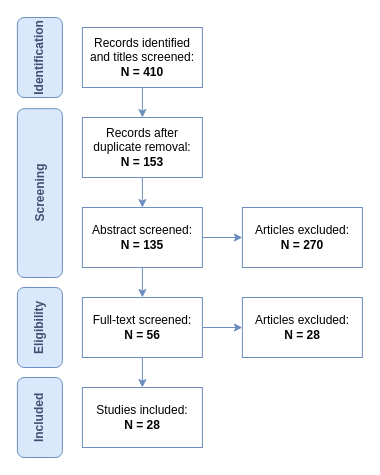
This is page "Page-1" (1 of 4) of Diagrams/PRISMA Flowchart.drawio from HooradAboo/I-CLAIM, a draw.io file, before an edit. Source tidied: cells renumbered, new cells numbered last; positions are measured from the earlier drawing's top-left corner, leaving out a move shared by most shapes. Both pictures are drawn from the tidied source at 100%, with x=0, y=0 at pixel (-45, 27).
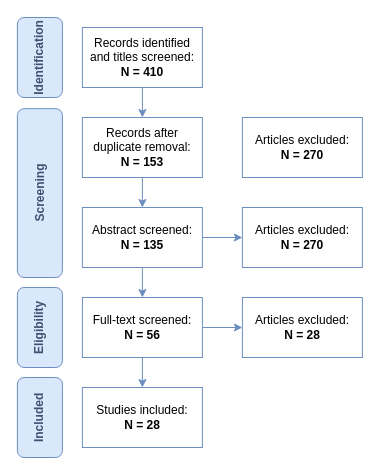
The same page after the edit.

The edit, as a diff of the source:
```diff
@@
 <mxGraphModel>
   <root>
     <mxCell id="0" />
     <mxCell id="1" parent="0" />
     <mxCell id="2" style="edgeStyle=orthogonalEdgeStyle;rounded=0;jettySize=auto;html=1;exitX=0.5;exitY=1;exitDx=0;exitDy=0;entryX=0.5;entryY=0;entryDx=0;entryDy=0;strokeColor=#6C8EBF;" parent="1" edge="1" source="3" target="5">
       <mxGeometry relative="1" as="geometry" />
     </mxCell>
     <mxCell id="3" value="&lt;div&gt;Records identified and titles screened:&lt;/div&gt;&lt;div&gt;&lt;b&gt;N = 410&lt;/b&gt;&lt;/div&gt;" style="rounded=0;whiteSpace=wrap;html=1;strokeColor=#6C8EBF;" parent="1" vertex="1">
       <mxGeometry x="126.9" width="120" height="60" as="geometry" />
     </mxCell>
     <mxCell id="4" style="edgeStyle=orthogonalEdgeStyle;rounded=0;jettySize=auto;html=1;exitX=0.5;exitY=1;exitDx=0;exitDy=0;entryX=0.5;entryY=0;entryDx=0;entryDy=0;strokeColor=#6C8EBF;" parent="1" edge="1" source="5" target="8">
       <mxGeometry relative="1" as="geometry" />
     </mxCell>
     <mxCell id="5" value="&lt;div&gt;Records after duplicate removal:&lt;/div&gt;&lt;div&gt;&lt;b&gt;N = 153&lt;/b&gt;&lt;/div&gt;" style="rounded=0;whiteSpace=wrap;html=1;strokeColor=#6C8EBF;" parent="1" vertex="1">
       <mxGeometry x="126.9" y="90" width="120" height="60" as="geometry" />
     </mxCell>
     <mxCell id="6" style="edgeStyle=orthogonalEdgeStyle;rounded=0;jettySize=auto;html=1;exitX=0.5;exitY=1;exitDx=0;exitDy=0;entryX=0.5;entryY=0;entryDx=0;entryDy=0;strokeColor=#6C8EBF;" parent="1" edge="1" source="8" target="11">
       <mxGeometry relative="1" as="geometry" />
     </mxCell>
     <mxCell id="7" style="edgeStyle=orthogonalEdgeStyle;rounded=0;jettySize=auto;html=1;exitX=1;exitY=0.5;exitDx=0;exitDy=0;entryX=0;entryY=0.5;entryDx=0;entryDy=0;strokeColor=#6C8EBF;" parent="1" edge="1" source="8" target="13">
       <mxGeometry relative="1" as="geometry" />
     </mxCell>
     <mxCell id="8" value="&lt;div&gt;Abstract screened:&lt;/div&gt;&lt;div&gt;&lt;b&gt;N = 135&lt;/b&gt;&lt;/div&gt;" style="rounded=0;whiteSpace=wrap;html=1;strokeColor=#6C8EBF;" parent="1" vertex="1">
       <mxGeometry x="126.9" y="180" width="120" height="60" as="geometry" />
     </mxCell>
     <mxCell id="9" style="edgeStyle=orthogonalEdgeStyle;rounded=0;jettySize=auto;html=1;exitX=0.5;exitY=1;exitDx=0;exitDy=0;entryX=0.5;entryY=0;entryDx=0;entryDy=0;strokeColor=#6C8EBF;" parent="1" edge="1" source="11" target="12">
       <mxGeometry relative="1" as="geometry" />
     </mxCell>
     <mxCell id="10" style="edgeStyle=orthogonalEdgeStyle;rounded=0;jettySize=auto;html=1;exitX=1;exitY=0.5;exitDx=0;exitDy=0;entryX=0;entryY=0.5;entryDx=0;entryDy=0;strokeColor=#6C8EBF;" parent="1" edge="1" source="11" target="14">
       <mxGeometry relative="1" as="geometry" />
     </mxCell>
     <mxCell id="11" value="&lt;div&gt;Full-text screened:&lt;/div&gt;&lt;div&gt;&lt;b&gt;N = 56&lt;/b&gt;&lt;/div&gt;" style="rounded=0;whiteSpace=wrap;html=1;strokeColor=#6C8EBF;" parent="1" vertex="1">
       <mxGeometry x="126.9" y="270" width="120" height="60" as="geometry" />
     </mxCell>
     <mxCell id="12" value="&lt;div&gt;Studies included:&lt;/div&gt;&lt;div&gt;&lt;b&gt;N = 28&lt;/b&gt;&lt;/div&gt;" style="rounded=0;whiteSpace=wrap;html=1;strokeColor=#6C8EBF;" parent="1" vertex="1">
       <mxGeometry x="126.9" y="360" width="120" height="60" as="geometry" />
     </mxCell>
     <mxCell id="13" value="&lt;div&gt;Articles excluded:&lt;/div&gt;&lt;div&gt;&lt;b&gt;N = 270&lt;/b&gt;&lt;/div&gt;" style="rounded=0;whiteSpace=wrap;html=1;strokeColor=#6C8EBF;" parent="1" vertex="1">
       <mxGeometry x="286.9" y="180" width="120" height="60" as="geometry" />
     </mxCell>
     <mxCell id="14" value="&lt;div&gt;Articles excluded:&lt;/div&gt;&lt;div&gt;&lt;b&gt;N = 28&lt;/b&gt;&lt;/div&gt;" style="rounded=0;whiteSpace=wrap;html=1;strokeColor=#6C8EBF;" parent="1" vertex="1">
       <mxGeometry x="286.9" y="270" width="120" height="60" as="geometry" />
     </mxCell>
     <mxCell id="15" value="Eligibility" style="rounded=1;whiteSpace=wrap;html=1;rotation=-90;fillColor=#dae8fc;strokeColor=#6c8ebf;fontColor=#3F5170;fontStyle=1;" parent="1" vertex="1">
       <mxGeometry x="44.4" y="277.5" width="80" height="45" as="geometry" />
     </mxCell>
     <mxCell id="16" value="Included" style="rounded=1;whiteSpace=wrap;html=1;rotation=-90;fillColor=#dae8fc;strokeColor=#6c8ebf;fontColor=#3F5170;fontStyle=1;" parent="1" vertex="1">
       <mxGeometry x="44.4" y="367.5" width="80" height="45" as="geometry" />
     </mxCell>
     <mxCell id="17" value="Identification" style="rounded=1;whiteSpace=wrap;html=1;rotation=-90;fillColor=#dae8fc;strokeColor=#6c8ebf;fontColor=#3F5170;fontStyle=1;" parent="1" vertex="1">
       <mxGeometry x="44.4" y="7.5" width="80" height="45" as="geometry" />
     </mxCell>
     <mxCell id="18" value="Screening" style="rounded=1;whiteSpace=wrap;html=1;rotation=-90;fillColor=#dae8fc;strokeColor=#6c8ebf;fontColor=#3F5170;fontStyle=1;" parent="1" vertex="1">
       <mxGeometry y="143.1" width="168.8" height="45" as="geometry" />
     </mxCell>
+    <mxCell id="19" value="&lt;div&gt;Articles excluded:&lt;/div&gt;&lt;div&gt;&lt;b&gt;N = 270&lt;/b&gt;&lt;/div&gt;" style="rounded=0;whiteSpace=wrap;html=1;strokeColor=#6C8EBF;" parent="1" vertex="1">
+      <mxGeometry x="286.9" y="90" width="120" height="60" as="geometry" />
+    </mxCell>
   </root>
 </mxGraphModel>
```
